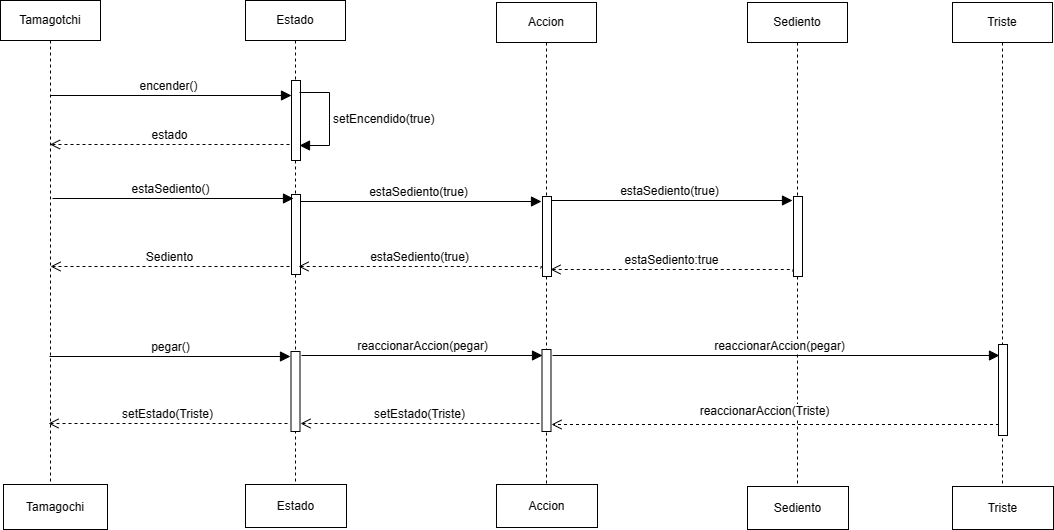
lautaro2034/pr2 keeps this draw.io diagram as tp2-tamagochi/tamagochi-tamagochi-sediento.drawio.png. Above is the earlier version. Source tidied: cells renumbered, new cells last; positions are measured from the earlier drawing's top-left corner, leaving out a move shared by most shapes.
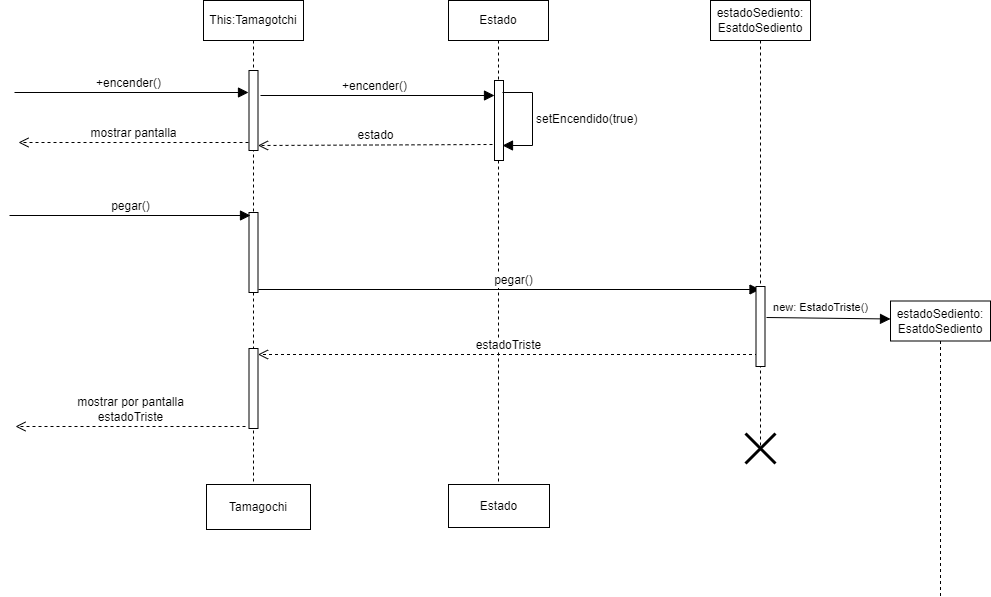
Later version of the same file.

Commit message:
cambio uml y diagramas de secuencias

Change to the diagram source:
```diff
@@ -2,9 +2,18 @@
   <root>
     <mxCell id="0" />
     <mxCell id="1" parent="0" />
-    <mxCell id="2" value="Tamagotchi" style="shape=umlLifeline;perimeter=lifelinePerimeter;whiteSpace=wrap;html=1;outlineConnect=0;portConstraint=eastwest;newEdgeStyle={&quot;curved&quot;:0,&quot;rounded&quot;:0};" parent="1" vertex="1">
+    <mxCell id="2" value="This:Tamagotchi" style="shape=umlLifeline;perimeter=lifelinePerimeter;whiteSpace=wrap;html=1;outlineConnect=0;portConstraint=eastwest;newEdgeStyle={&quot;curved&quot;:0,&quot;rounded&quot;:0};" parent="1" vertex="1">
       <mxGeometry width="100" height="484" as="geometry" />
     </mxCell>
+    <mxCell id="38" style="html=1;points=[[0,0,0,0,5],[0,1,0,0,-5],[1,0,0,0,5],[1,1,0,0,-5]];perimeter=orthogonalPerimeter;outlineConnect=0;targetShapes=umlLifeline;portConstraint=eastwest;newEdgeStyle={&quot;curved&quot;:0,&quot;rounded&quot;:0};" parent="2" vertex="1">
+      <mxGeometry x="45.5" y="70" width="9" height="80" as="geometry" />
+    </mxCell>
+    <mxCell id="39" style="html=1;perimeter=orthogonalPerimeter;targetShapes=umlLifeline;newEdgeStyle={&quot;curved&quot;:0,&quot;rounded&quot;:0};" parent="2" vertex="1">
+      <mxGeometry x="45.5" y="212" width="9" height="80" as="geometry" />
+    </mxCell>
+    <mxCell id="40" style="html=1;perimeter=orthogonalPerimeter;targetShapes=umlLifeline;newEdgeStyle={&quot;curved&quot;:0,&quot;rounded&quot;:0};" parent="2" vertex="1">
+      <mxGeometry x="45.5" y="348" width="9" height="80" as="geometry" />
+    </mxCell>
     <mxCell id="3" value="Tamagochi" style="html=1;whiteSpace=wrap;" parent="1" vertex="1">
       <mxGeometry x="3" y="484" width="104" height="45" as="geometry" />
     </mxCell>
@@ -14,25 +23,17 @@
     <mxCell id="5" style="html=1;perimeter=orthogonalPerimeter;targetShapes=umlLifeline;newEdgeStyle={&quot;curved&quot;:0,&quot;rounded&quot;:0};" parent="4" vertex="1">
       <mxGeometry x="46" y="80" width="9" height="80" as="geometry" />
     </mxCell>
-    <mxCell id="6" style="html=1;perimeter=orthogonalPerimeter;targetShapes=umlLifeline;newEdgeStyle={&quot;curved&quot;:0,&quot;rounded&quot;:0};" parent="4" vertex="1">
-      <mxGeometry x="46" y="194" width="9" height="80" as="geometry" />
-    </mxCell>
-    <mxCell id="7" style="html=1;perimeter=orthogonalPerimeter;targetShapes=umlLifeline;newEdgeStyle={&quot;curved&quot;:0,&quot;rounded&quot;:0};" parent="4" vertex="1">
-      <mxGeometry x="45.5" y="351" width="9" height="80" as="geometry" />
-    </mxCell>
     <mxCell id="8" value="Estado" style="html=1;whiteSpace=wrap;" parent="1" vertex="1">
       <mxGeometry x="245" y="484" width="101" height="43" as="geometry" />
     </mxCell>
-    <mxCell id="9" value="encender()" style="html=1;verticalAlign=bottom;endArrow=block;curved=0;rounded=0;fontSize=12;startSize=8;endSize=8;" parent="1" edge="1" source="2">
+    <mxCell id="9" value="+encender()" style="html=1;verticalAlign=bottom;endArrow=block;curved=0;rounded=0;fontSize=12;startSize=8;endSize=8;" parent="1" edge="1">
       <mxGeometry x="-0.03" relative="1" as="geometry">
+        <mxPoint x="57" y="95" as="sourcePoint" />
         <mxPoint x="291" y="95" as="targetPoint" />
-        <Array as="points">
-          <mxPoint x="50" y="95" />
-        </Array>
         <mxPoint x="1" as="offset" />
       </mxGeometry>
     </mxCell>
-    <mxCell id="10" value="estado" style="html=1;verticalAlign=bottom;endArrow=open;dashed=1;endSize=8;curved=0;rounded=0;fontSize=12;" parent="1" edge="1" target="2">
+    <mxCell id="10" value="estado" style="html=1;verticalAlign=bottom;endArrow=open;dashed=1;endSize=8;curved=0;rounded=0;fontSize=12;entryX=1;entryY=1;entryDx=0;entryDy=-5;entryPerimeter=0;" parent="1" edge="1" target="38">
       <mxGeometry relative="1" as="geometry">
         <mxPoint x="289" y="144" as="sourcePoint" />
       </mxGeometry>
@@ -47,99 +48,12 @@
         </Array>
       </mxGeometry>
     </mxCell>
-    <mxCell id="12" value="Accion" style="shape=umlLifeline;perimeter=lifelinePerimeter;whiteSpace=wrap;html=1;newEdgeStyle={&quot;curved&quot;:0,&quot;rounded&quot;:0};" parent="1" vertex="1">
-      <mxGeometry x="496" y="2" width="100" height="487" as="geometry" />
-    </mxCell>
-    <mxCell id="13" style="html=1;perimeter=orthogonalPerimeter;targetShapes=umlLifeline;newEdgeStyle={&quot;curved&quot;:0,&quot;rounded&quot;:0};" parent="12" vertex="1">
-      <mxGeometry x="46" y="194" width="9" height="80" as="geometry" />
-    </mxCell>
-    <mxCell id="14" style="html=1;perimeter=orthogonalPerimeter;targetShapes=umlLifeline;newEdgeStyle={&quot;curved&quot;:0,&quot;rounded&quot;:0};" parent="12" vertex="1">
-      <mxGeometry x="45.5" y="347" width="9" height="82" as="geometry" />
-    </mxCell>
-    <mxCell id="15" value="Accion" style="html=1;whiteSpace=wrap;" parent="1" vertex="1">
-      <mxGeometry x="496" y="484" width="101" height="43" as="geometry" />
-    </mxCell>
-    <mxCell id="16" value="Sediento" style="shape=umlLifeline;perimeter=lifelinePerimeter;whiteSpace=wrap;html=1;newEdgeStyle={&quot;curved&quot;:0,&quot;rounded&quot;:0};" parent="1" vertex="1">
-      <mxGeometry x="747" y="2" width="100" height="487" as="geometry" />
-    </mxCell>
-    <mxCell id="17" style="html=1;perimeter=orthogonalPerimeter;targetShapes=umlLifeline;newEdgeStyle={&quot;curved&quot;:0,&quot;rounded&quot;:0};" parent="16" vertex="1">
-      <mxGeometry x="46" y="194" width="9" height="80" as="geometry" />
-    </mxCell>
-    <mxCell id="18" value="Sediento" style="html=1;whiteSpace=wrap;" parent="1" vertex="1">
-      <mxGeometry x="747" y="486" width="101" height="43" as="geometry" />
-    </mxCell>
-    <mxCell id="19" value="Triste" style="shape=umlLifeline;perimeter=lifelinePerimeter;whiteSpace=wrap;html=1;newEdgeStyle={&quot;curved&quot;:0,&quot;rounded&quot;:0};" parent="1" vertex="1">
-      <mxGeometry x="952" y="2" width="100" height="487" as="geometry" />
-    </mxCell>
-    <mxCell id="20" style="html=1;perimeter=orthogonalPerimeter;targetShapes=umlLifeline;newEdgeStyle={&quot;curved&quot;:0,&quot;rounded&quot;:0};" parent="19" vertex="1">
-      <mxGeometry x="46" y="342" width="9" height="91" as="geometry" />
-    </mxCell>
-    <mxCell id="21" value="Triste" style="html=1;whiteSpace=wrap;" parent="1" vertex="1">
-      <mxGeometry x="952" y="486" width="101" height="43" as="geometry" />
-    </mxCell>
-    <mxCell id="22" value="estaSediento()" style="html=1;verticalAlign=bottom;endArrow=block;curved=0;rounded=0;fontSize=12;startSize=8;endSize=8;" parent="1" edge="1">
-      <mxGeometry x="-0.03" relative="1" as="geometry">
-        <mxPoint x="52" y="198" as="sourcePoint" />
-        <mxPoint x="293" y="198" as="targetPoint" />
-        <Array as="points">
-          <mxPoint x="52" y="198" />
-        </Array>
-        <mxPoint x="1" as="offset" />
-      </mxGeometry>
-    </mxCell>
-    <mxCell id="23" value="Sediento" style="html=1;verticalAlign=bottom;endArrow=open;dashed=1;endSize=8;curved=0;rounded=0;fontSize=12;" parent="1" edge="1">
-      <mxGeometry relative="1" as="geometry">
-        <mxPoint x="289" y="266" as="sourcePoint" />
-        <mxPoint x="50" y="266" as="targetPoint" />
-        <Array as="points">
-          <mxPoint x="169" y="266" />
-        </Array>
-      </mxGeometry>
-    </mxCell>
-    <mxCell id="24" value="estaSediento(true)" style="html=1;verticalAlign=bottom;endArrow=block;curved=0;rounded=0;fontSize=12;startSize=8;endSize=8;" parent="1" edge="1">
-      <mxGeometry x="-0.03" relative="1" as="geometry">
-        <mxPoint x="300" y="201" as="sourcePoint" />
-        <mxPoint x="541" y="201" as="targetPoint" />
-        <Array as="points">
-          <mxPoint x="300" y="201" />
-        </Array>
-        <mxPoint x="1" as="offset" />
-      </mxGeometry>
-    </mxCell>
-    <mxCell id="25" value="estaSediento(true)" style="html=1;verticalAlign=bottom;endArrow=open;dashed=1;endSize=8;curved=0;rounded=0;fontSize=12;" parent="1" edge="1">
-      <mxGeometry x="0.01" relative="1" as="geometry">
-        <mxPoint x="540" y="268" as="sourcePoint" />
-        <mxPoint x="298" y="266" as="targetPoint" />
-        <Array as="points">
-          <mxPoint x="541" y="266" />
-        </Array>
-      </mxGeometry>
-    </mxCell>
-    <mxCell id="26" value="estaSediento(true)" style="html=1;verticalAlign=bottom;endArrow=block;curved=0;rounded=0;fontSize=12;startSize=8;endSize=8;" parent="1" edge="1">
-      <mxGeometry x="-0.03" relative="1" as="geometry">
-        <mxPoint x="551" y="200" as="sourcePoint" />
-        <mxPoint x="792" y="200" as="targetPoint" />
-        <Array as="points">
-          <mxPoint x="551" y="200" />
-        </Array>
-        <mxPoint x="1" as="offset" />
-      </mxGeometry>
-    </mxCell>
-    <mxCell id="27" value="estaSediento:true" style="html=1;verticalAlign=bottom;endArrow=open;dashed=1;endSize=8;curved=0;rounded=0;fontSize=12;" parent="1" edge="1">
-      <mxGeometry x="0.01" relative="1" as="geometry">
-        <mxPoint x="792" y="271" as="sourcePoint" />
-        <mxPoint x="550" y="269" as="targetPoint" />
-        <Array as="points">
-          <mxPoint x="793" y="269" />
-        </Array>
-      </mxGeometry>
-    </mxCell>
     <mxCell id="28" style="html=1;verticalAlign=bottom;endArrow=block;curved=0;rounded=0;fontSize=12;startSize=8;endSize=8;" parent="1" edge="1">
       <mxGeometry x="-0.03" relative="1" as="geometry">
-        <mxPoint x="49" y="356" as="sourcePoint" />
-        <mxPoint x="290" y="356" as="targetPoint" />
+        <mxPoint x="55" y="289" as="sourcePoint" />
+        <mxPoint x="556.5" y="289" as="targetPoint" />
         <Array as="points">
-          <mxPoint x="49" y="356" />
+          <mxPoint x="55" y="289" />
         </Array>
         <mxPoint x="1" as="offset" />
       </mxGeometry>
@@ -149,65 +63,74 @@
         <mxPoint x="-4" y="-8" as="offset" />
       </mxGeometry>
     </mxCell>
-    <mxCell id="30" value="setEstado(Triste)" style="html=1;verticalAlign=bottom;endArrow=open;dashed=1;endSize=8;curved=0;rounded=0;fontSize=12;" parent="1" edge="1">
+    <mxCell id="30" value="estadoTriste" style="html=1;verticalAlign=bottom;endArrow=open;dashed=1;endSize=8;curved=0;rounded=0;fontSize=12;" parent="1" edge="1">
       <mxGeometry relative="1" as="geometry">
-        <mxPoint x="287" y="423" as="sourcePoint" />
-        <mxPoint x="48" y="423" as="targetPoint" />
+        <mxPoint x="554.5" y="354" as="sourcePoint" />
+        <mxPoint x="54.5" y="354" as="targetPoint" />
         <Array as="points">
-          <mxPoint x="167" y="423" />
+          <mxPoint x="315" y="354" />
         </Array>
       </mxGeometry>
     </mxCell>
-    <mxCell id="31" style="html=1;verticalAlign=bottom;endArrow=block;curved=0;rounded=0;fontSize=12;startSize=8;endSize=8;" parent="1" edge="1">
-      <mxGeometry x="-0.03" relative="1" as="geometry">
-        <mxPoint x="301" y="355" as="sourcePoint" />
-        <mxPoint x="542" y="355" as="targetPoint" />
-        <Array as="points">
-          <mxPoint x="301" y="355" />
-        </Array>
-        <mxPoint x="1" as="offset" />
-      </mxGeometry>
-    </mxCell>
-    <mxCell id="32" value="reaccionarAccion(pegar)" style="edgeLabel;html=1;align=center;verticalAlign=middle;fontSize=12;" parent="31" vertex="1">
-      <mxGeometry x="0.03" y="2" relative="1" as="geometry">
-        <mxPoint x="-4" y="-8" as="offset" />
-      </mxGeometry>
-    </mxCell>
-    <mxCell id="33" value="setEstado(Triste)" style="html=1;verticalAlign=bottom;endArrow=open;dashed=1;endSize=8;curved=0;rounded=0;fontSize=12;" parent="1" edge="1">
-      <mxGeometry relative="1" as="geometry">
-        <mxPoint x="539" y="423" as="sourcePoint" />
-        <mxPoint x="300" y="423" as="targetPoint" />
-        <Array as="points">
-          <mxPoint x="419" y="423" />
-        </Array>
-      </mxGeometry>
-    </mxCell>
-    <mxCell id="34" style="html=1;verticalAlign=bottom;endArrow=block;curved=0;rounded=0;fontSize=12;startSize=8;endSize=8;" parent="1" edge="1">
-      <mxGeometry x="-0.03" relative="1" as="geometry">
-        <mxPoint x="552" y="355" as="sourcePoint" />
-        <mxPoint x="999" y="355" as="targetPoint" />
-        <Array as="points">
-          <mxPoint x="552" y="355" />
-        </Array>
-        <mxPoint x="1" as="offset" />
-      </mxGeometry>
-    </mxCell>
-    <mxCell id="35" value="reaccionarAccion(pegar)" style="edgeLabel;html=1;align=center;verticalAlign=middle;fontSize=12;" parent="34" vertex="1">
-      <mxGeometry x="0.03" y="2" relative="1" as="geometry">
-        <mxPoint x="-4" y="-8" as="offset" />
-      </mxGeometry>
-    </mxCell>
-    <mxCell id="36" style="html=1;verticalAlign=bottom;endArrow=open;dashed=1;endSize=8;curved=0;rounded=0;fontSize=12;" parent="1" edge="1">
-      <mxGeometry x="-0.03" relative="1" as="geometry">
-        <mxPoint x="998.5" y="424" as="sourcePoint" />
-        <mxPoint x="551" y="424" as="targetPoint" />
-        <mxPoint x="1" as="offset" />
-      </mxGeometry>
-    </mxCell>
-    <mxCell id="37" value="reaccionarAccion(Triste)" style="edgeLabel;html=1;align=center;verticalAlign=middle;fontSize=12;" parent="36" vertex="1">
-      <mxGeometry x="0.03" y="2" relative="1" as="geometry">
-        <mxPoint x="-4" y="-16" as="offset" />
-      </mxGeometry>
-    </mxCell>
+    <mxCell id="41" value="+encender()" style="html=1;verticalAlign=bottom;endArrow=block;curved=0;rounded=0;fontSize=12;startSize=8;endSize=8;" parent="1" edge="1">
+      <mxGeometry x="-0.03" relative="1" as="geometry">
+        <mxPoint x="-189" y="92" as="sourcePoint" />
+        <mxPoint x="45" y="92" as="targetPoint" />
+        <mxPoint x="1" as="offset" />
+      </mxGeometry>
+    </mxCell>
+    <mxCell id="42" value="mostrar pantalla" style="html=1;verticalAlign=bottom;endArrow=open;dashed=1;endSize=8;curved=0;rounded=0;fontSize=12;" parent="1" edge="1">
+      <mxGeometry relative="1" as="geometry">
+        <mxPoint x="45" y="142" as="sourcePoint" />
+        <mxPoint x="-185" y="142" as="targetPoint" />
+      </mxGeometry>
+    </mxCell>
+    <mxCell id="43" value="estadoSediento:&lt;br&gt;EsatdoSediento" style="shape=umlLifeline;perimeter=lifelinePerimeter;whiteSpace=wrap;html=1;newEdgeStyle={&quot;curved&quot;:0,&quot;rounded&quot;:0};" parent="1" vertex="1">
+      <mxGeometry x="507" width="100" height="446" as="geometry" />
+    </mxCell>
+    <mxCell id="44" style="html=1;perimeter=orthogonalPerimeter;targetShapes=umlLifeline;newEdgeStyle={&quot;curved&quot;:0,&quot;rounded&quot;:0};" parent="43" vertex="1">
+      <mxGeometry x="45.5" y="286" width="9" height="80" as="geometry" />
+    </mxCell>
+    <mxCell id="45" style="html=1;verticalAlign=bottom;endArrow=block;curved=0;rounded=0;fontSize=12;startSize=8;endSize=8;" parent="1" edge="1">
+      <mxGeometry x="-0.03" relative="1" as="geometry">
+        <mxPoint x="-194" y="215" as="sourcePoint" />
+        <mxPoint x="47" y="215" as="targetPoint" />
+        <Array as="points">
+          <mxPoint x="-194" y="215" />
+        </Array>
+        <mxPoint x="1" as="offset" />
+      </mxGeometry>
+    </mxCell>
+    <mxCell id="46" value="pegar()" style="edgeLabel;html=1;align=center;verticalAlign=middle;fontSize=12;" parent="45" vertex="1">
+      <mxGeometry x="0.03" y="2" relative="1" as="geometry">
+        <mxPoint x="-4" y="-8" as="offset" />
+      </mxGeometry>
+    </mxCell>
+    <mxCell id="47" style="shape=umlDestroy;whiteSpace=wrap;html=1;strokeWidth=3;targetShapes=umlLifeline;" parent="1" vertex="1">
+      <mxGeometry x="542" y="433" width="30" height="30" as="geometry" />
+    </mxCell>
+    <mxCell id="48" value="estadoSediento:&lt;br&gt;EsatdoSediento" style="shape=umlLifeline;perimeter=lifelinePerimeter;whiteSpace=wrap;html=1;outlineConnect=0;portConstraint=eastwest;newEdgeStyle={&quot;curved&quot;:0,&quot;rounded&quot;:0};" parent="1" vertex="1">
+      <mxGeometry x="687" y="300.5" width="100" height="295" as="geometry" />
+    </mxCell>
+    <mxCell id="49" style="html=1;verticalAlign=bottom;endArrow=block;curved=0;rounded=0;fontSize=12;startSize=8;endSize=8;entryX=0;entryY=0.061;entryDx=0;entryDy=0;entryPerimeter=0;" parent="1" edge="1" target="48">
+      <mxGeometry x="-0.03" relative="1" as="geometry">
+        <mxPoint x="563" y="317" as="sourcePoint" />
+        <Array as="points">
+          <mxPoint x="563" y="317" />
+        </Array>
+        <mxPoint x="1" as="offset" />
+      </mxGeometry>
+    </mxCell>
+    <mxCell id="50" value="new: EstadoTriste()" style="edgeLabel;html=1;align=center;verticalAlign=middle;" parent="49" vertex="1">
+      <mxGeometry x="0.12" y="-1" relative="1" as="geometry">
+        <mxPoint x="-16" y="-12" as="offset" />
+      </mxGeometry>
+    </mxCell>
+    <mxCell id="51" value="mostrar por pantalla&lt;br&gt;estadoTriste" style="html=1;verticalAlign=bottom;endArrow=open;dashed=1;endSize=8;curved=0;rounded=0;fontSize=12;" parent="1" edge="1">
+      <mxGeometry relative="1" as="geometry">
+        <mxPoint x="42" y="426" as="sourcePoint" />
+        <mxPoint x="-188" y="426" as="targetPoint" />
+      </mxGeometry>
+    </mxCell>
   </root>
 </mxGraphModel>
```
